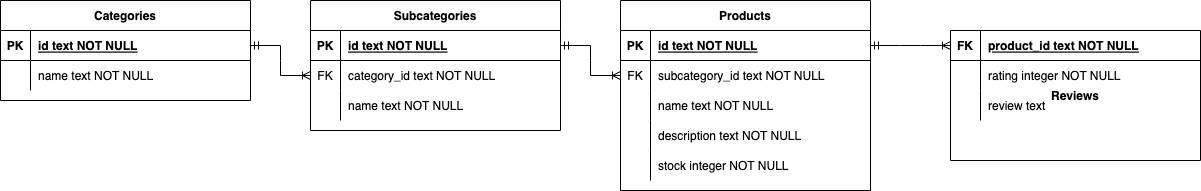
Earlier version of the draw.io export server/schema/database-diagram.png (onuralpbicer/store). Source tidied: cells renumbered, new cells last; positions are measured from the earlier drawing's top-left corner, leaving out a move shared by most shapes. Its diagram source:
```xml
<mxGraphModel>
  <root>
    <mxCell id="0" />
    <mxCell id="1" parent="0" />
    <mxCell id="2" value="Categories" style="shape=table;startSize=30;rowLines=0;fontStyle=1;align=center;" parent="1" vertex="1">
      <mxGeometry width="250" height="100" as="geometry" />
    </mxCell>
    <mxCell id="3" style="shape=partialRectangle;fillColor=none;points=[[0,0.5],[1,0.5]];portConstraint=eastwest;top=0;left=0;right=0;bottom=1;" parent="2" vertex="1">
      <mxGeometry y="30" width="250" height="30" as="geometry" />
    </mxCell>
    <mxCell id="4" value="PK" style="shape=partialRectangle;overflow=hidden;fillColor=none;top=0;left=0;bottom=0;right=0;fontStyle=1;" parent="3" vertex="1">
      <mxGeometry width="30" height="30" as="geometry" />
    </mxCell>
    <mxCell id="5" value="id text NOT NULL" style="shape=partialRectangle;overflow=hidden;fillColor=none;top=0;left=0;bottom=0;right=0;align=left;spacingLeft=6;fontStyle=5;" parent="3" vertex="1">
      <mxGeometry x="30" width="220" height="30" as="geometry" />
    </mxCell>
    <mxCell id="6" style="shape=partialRectangle;fillColor=none;top=0;left=0;right=0;bottom=0;" parent="2" vertex="1">
      <mxGeometry y="60" width="250" height="30" as="geometry" />
    </mxCell>
    <mxCell id="7" style="shape=partialRectangle;overflow=hidden;fillColor=none;top=0;left=0;bottom=0;right=0;" parent="6" vertex="1">
      <mxGeometry width="30" height="30" as="geometry" />
    </mxCell>
    <mxCell id="8" value="name text NOT NULL" style="shape=partialRectangle;overflow=hidden;fillColor=none;top=0;left=0;bottom=0;right=0;align=left;spacingLeft=6;" parent="6" vertex="1">
      <mxGeometry x="30" width="220" height="30" as="geometry" />
    </mxCell>
    <mxCell id="9" value="Subcategories" style="shape=table;startSize=30;rowLines=0;fontStyle=1;align=center;" parent="1" vertex="1">
      <mxGeometry x="310" width="250" height="130" as="geometry" />
    </mxCell>
    <mxCell id="10" style="shape=partialRectangle;fillColor=none;points=[[0,0.5],[1,0.5]];portConstraint=eastwest;top=0;left=0;right=0;bottom=1;" parent="9" vertex="1">
      <mxGeometry y="30" width="250" height="30" as="geometry" />
    </mxCell>
    <mxCell id="11" value="PK" style="shape=partialRectangle;overflow=hidden;fillColor=none;top=0;left=0;bottom=0;right=0;fontStyle=1;" parent="10" vertex="1">
      <mxGeometry width="30" height="30" as="geometry" />
    </mxCell>
    <mxCell id="12" value="id text NOT NULL" style="shape=partialRectangle;overflow=hidden;fillColor=none;top=0;left=0;bottom=0;right=0;align=left;spacingLeft=6;fontStyle=5;" parent="10" vertex="1">
      <mxGeometry x="30" width="220" height="30" as="geometry" />
    </mxCell>
    <mxCell id="13" style="shape=partialRectangle;fillColor=none;points=[[0,0.5],[1,0.5]];portConstraint=eastwest;top=0;left=0;right=0;bottom=0;" parent="9" vertex="1">
      <mxGeometry y="60" width="250" height="30" as="geometry" />
    </mxCell>
    <mxCell id="14" value="FK" style="shape=partialRectangle;overflow=hidden;fillColor=none;top=0;left=0;bottom=0;right=0;" parent="13" vertex="1">
      <mxGeometry width="30" height="30" as="geometry" />
    </mxCell>
    <mxCell id="15" value="category_id text NOT NULL" style="shape=partialRectangle;overflow=hidden;fillColor=none;top=0;left=0;bottom=0;right=0;align=left;spacingLeft=6;" parent="13" vertex="1">
      <mxGeometry x="30" width="220" height="30" as="geometry" />
    </mxCell>
    <mxCell id="16" style="shape=partialRectangle;fillColor=none;top=0;left=0;right=0;bottom=0;" parent="9" vertex="1">
      <mxGeometry y="90" width="250" height="30" as="geometry" />
    </mxCell>
    <mxCell id="17" style="shape=partialRectangle;overflow=hidden;fillColor=none;top=0;left=0;bottom=0;right=0;" parent="16" vertex="1">
      <mxGeometry width="30" height="30" as="geometry" />
    </mxCell>
    <mxCell id="18" value="name text NOT NULL" style="shape=partialRectangle;overflow=hidden;fillColor=none;top=0;left=0;bottom=0;right=0;align=left;spacingLeft=6;" parent="16" vertex="1">
      <mxGeometry x="30" width="220" height="30" as="geometry" />
    </mxCell>
    <mxCell id="19" style="edgeStyle=entityRelationEdgeStyle;fontSize=12;html=1;endArrow=ERoneToMany;startArrow=ERmandOne;rounded=0;entryX=0;entryY=0.5;entryDx=0;entryDy=0;exitX=1;exitY=0.5;exitDx=0;exitDy=0;" parent="1" edge="1" source="3" target="13">
      <mxGeometry relative="1" as="geometry" />
    </mxCell>
    <mxCell id="20" value="Products" style="shape=table;startSize=30;rowLines=0;fontStyle=1;align=center;" parent="1" vertex="1">
      <mxGeometry x="620" width="250" height="190" as="geometry" />
    </mxCell>
    <mxCell id="21" style="shape=partialRectangle;fillColor=none;points=[[0,0.5],[1,0.5]];portConstraint=eastwest;top=0;left=0;right=0;bottom=1;" parent="20" vertex="1">
      <mxGeometry y="30" width="250" height="30" as="geometry" />
    </mxCell>
    <mxCell id="22" value="PK" style="shape=partialRectangle;overflow=hidden;fillColor=none;top=0;left=0;bottom=0;right=0;fontStyle=1;" parent="21" vertex="1">
      <mxGeometry width="30" height="30" as="geometry" />
    </mxCell>
    <mxCell id="23" value="id text NOT NULL" style="shape=partialRectangle;overflow=hidden;fillColor=none;top=0;left=0;bottom=0;right=0;align=left;spacingLeft=6;fontStyle=5;" parent="21" vertex="1">
      <mxGeometry x="30" width="220" height="30" as="geometry" />
    </mxCell>
    <mxCell id="24" style="shape=partialRectangle;fillColor=none;points=[[0,0.5],[1,0.5]];portConstraint=eastwest;top=0;left=0;right=0;bottom=0;" parent="20" vertex="1">
      <mxGeometry y="60" width="250" height="30" as="geometry" />
    </mxCell>
    <mxCell id="25" value="FK" style="shape=partialRectangle;overflow=hidden;fillColor=none;top=0;left=0;bottom=0;right=0;" parent="24" vertex="1">
      <mxGeometry width="30" height="30" as="geometry" />
    </mxCell>
    <mxCell id="26" value="subcategory_id text NOT NULL" style="shape=partialRectangle;overflow=hidden;fillColor=none;top=0;left=0;bottom=0;right=0;align=left;spacingLeft=6;" parent="24" vertex="1">
      <mxGeometry x="30" width="220" height="30" as="geometry" />
    </mxCell>
    <mxCell id="27" style="shape=partialRectangle;fillColor=none;top=0;left=0;right=0;bottom=0;" parent="20" vertex="1">
      <mxGeometry y="90" width="250" height="30" as="geometry" />
    </mxCell>
    <mxCell id="28" style="shape=partialRectangle;overflow=hidden;fillColor=none;top=0;left=0;bottom=0;right=0;" parent="27" vertex="1">
      <mxGeometry width="30" height="30" as="geometry" />
    </mxCell>
    <mxCell id="29" value="name text NOT NULL" style="shape=partialRectangle;overflow=hidden;fillColor=none;top=0;left=0;bottom=0;right=0;align=left;spacingLeft=6;" parent="27" vertex="1">
      <mxGeometry x="30" width="220" height="30" as="geometry" />
    </mxCell>
    <mxCell id="30" style="shape=partialRectangle;fillColor=none;top=0;left=0;right=0;bottom=0;" parent="20" vertex="1">
      <mxGeometry y="120" width="250" height="30" as="geometry" />
    </mxCell>
    <mxCell id="31" style="shape=partialRectangle;overflow=hidden;fillColor=none;top=0;left=0;bottom=0;right=0;" parent="30" vertex="1">
      <mxGeometry width="30" height="30" as="geometry" />
    </mxCell>
    <mxCell id="32" value="description text NOT NULL" style="shape=partialRectangle;overflow=hidden;fillColor=none;top=0;left=0;bottom=0;right=0;align=left;spacingLeft=6;" parent="30" vertex="1">
      <mxGeometry x="30" width="220" height="30" as="geometry" />
    </mxCell>
    <mxCell id="33" style="shape=partialRectangle;fillColor=none;top=0;left=0;right=0;bottom=0;" parent="20" vertex="1">
      <mxGeometry y="150" width="250" height="30" as="geometry" />
    </mxCell>
    <mxCell id="34" style="shape=partialRectangle;overflow=hidden;fillColor=none;top=0;left=0;bottom=0;right=0;" parent="33" vertex="1">
      <mxGeometry width="30" height="30" as="geometry" />
    </mxCell>
    <mxCell id="35" value="stock integer NOT NULL" style="shape=partialRectangle;overflow=hidden;fillColor=none;top=0;left=0;bottom=0;right=0;align=left;spacingLeft=6;" parent="33" vertex="1">
      <mxGeometry x="30" width="220" height="30" as="geometry" />
    </mxCell>
    <mxCell id="36" style="edgeStyle=entityRelationEdgeStyle;fontSize=12;html=1;endArrow=ERoneToMany;startArrow=ERmandOne;rounded=0;entryX=0;entryY=0.5;entryDx=0;entryDy=0;exitX=1;exitY=0.5;exitDx=0;exitDy=0;" parent="1" edge="1" source="10" target="24">
      <mxGeometry relative="1" as="geometry" />
    </mxCell>
    <mxCell id="37" value="Reviews" style="shape=table;startSize=0;rowLines=0;fontStyle=1;align=center;" parent="1" vertex="1">
      <mxGeometry x="950" y="30" width="250" height="130" as="geometry" />
    </mxCell>
    <mxCell id="38" style="shape=partialRectangle;fillColor=none;points=[[0,0.5],[1,0.5]];portConstraint=eastwest;top=0;left=0;right=0;bottom=1;" parent="37" vertex="1">
      <mxGeometry width="250" height="30" as="geometry" />
    </mxCell>
    <mxCell id="39" value="FK" style="shape=partialRectangle;overflow=hidden;fillColor=none;top=0;left=0;bottom=0;right=0;fontStyle=1;" parent="38" vertex="1">
      <mxGeometry width="30" height="30" as="geometry" />
    </mxCell>
    <mxCell id="40" value="product_id text NOT NULL" style="shape=partialRectangle;overflow=hidden;fillColor=none;top=0;left=0;bottom=0;right=0;align=left;spacingLeft=6;fontStyle=5;" parent="38" vertex="1">
      <mxGeometry x="30" width="220" height="30" as="geometry" />
    </mxCell>
    <mxCell id="41" style="shape=partialRectangle;fillColor=none;top=0;left=0;right=0;bottom=0;" parent="37" vertex="1">
      <mxGeometry y="30" width="250" height="30" as="geometry" />
    </mxCell>
    <mxCell id="42" style="shape=partialRectangle;overflow=hidden;fillColor=none;top=0;left=0;bottom=0;right=0;" parent="41" vertex="1">
      <mxGeometry width="30" height="30" as="geometry" />
    </mxCell>
    <mxCell id="43" value="rating integer NOT NULL" style="shape=partialRectangle;overflow=hidden;fillColor=none;top=0;left=0;bottom=0;right=0;align=left;spacingLeft=6;" parent="41" vertex="1">
      <mxGeometry x="30" width="220" height="30" as="geometry" />
    </mxCell>
    <mxCell id="44" style="shape=partialRectangle;fillColor=none;top=0;left=0;right=0;bottom=0;" parent="37" vertex="1">
      <mxGeometry y="60" width="250" height="30" as="geometry" />
    </mxCell>
    <mxCell id="45" style="shape=partialRectangle;overflow=hidden;fillColor=none;top=0;left=0;bottom=0;right=0;" parent="44" vertex="1">
      <mxGeometry width="30" height="30" as="geometry" />
    </mxCell>
    <mxCell id="46" value="review text" style="shape=partialRectangle;overflow=hidden;fillColor=none;top=0;left=0;bottom=0;right=0;align=left;spacingLeft=6;" parent="44" vertex="1">
      <mxGeometry x="30" width="220" height="30" as="geometry" />
    </mxCell>
    <mxCell id="47" style="edgeStyle=entityRelationEdgeStyle;fontSize=12;html=1;endArrow=ERoneToMany;startArrow=ERmandOne;rounded=0;entryX=0;entryY=0.5;entryDx=0;entryDy=0;exitX=1;exitY=0.5;exitDx=0;exitDy=0;" parent="1" edge="1" source="21" target="38">
      <mxGeometry relative="1" as="geometry" />
    </mxCell>
  </root>
</mxGraphModel>
```
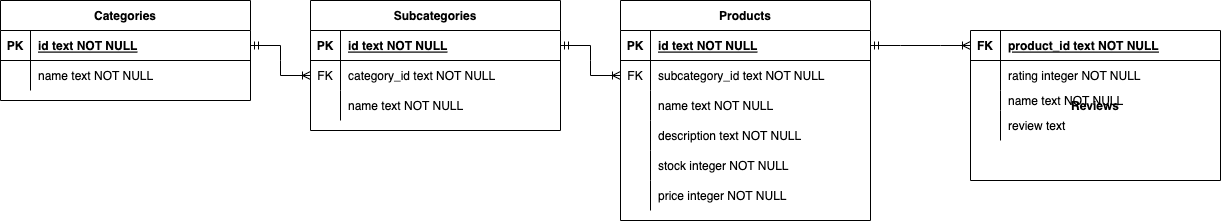
After the change.

Commit message:
Added price and reviewer name to DB

The edit, as a diff of the source:
```diff
@@ -57,7 +57,7 @@
       <mxGeometry relative="1" as="geometry" />
     </mxCell>
     <mxCell id="20" value="Products" style="shape=table;startSize=30;rowLines=0;fontStyle=1;align=center;" parent="1" vertex="1">
-      <mxGeometry x="620" width="250" height="190" as="geometry" />
+      <mxGeometry x="620" width="250" height="220" as="geometry" />
     </mxCell>
     <mxCell id="21" style="shape=partialRectangle;fillColor=none;points=[[0,0.5],[1,0.5]];portConstraint=eastwest;top=0;left=0;right=0;bottom=1;" parent="20" vertex="1">
       <mxGeometry y="30" width="250" height="30" as="geometry" />
@@ -104,11 +104,20 @@
     <mxCell id="35" value="stock integer NOT NULL" style="shape=partialRectangle;overflow=hidden;fillColor=none;top=0;left=0;bottom=0;right=0;align=left;spacingLeft=6;" parent="33" vertex="1">
       <mxGeometry x="30" width="220" height="30" as="geometry" />
     </mxCell>
+    <mxCell id="48" style="shape=partialRectangle;fillColor=none;top=0;left=0;right=0;bottom=0;" parent="20" vertex="1">
+      <mxGeometry y="180" width="250" height="30" as="geometry" />
+    </mxCell>
+    <mxCell id="49" style="shape=partialRectangle;overflow=hidden;fillColor=none;top=0;left=0;bottom=0;right=0;" parent="48" vertex="1">
+      <mxGeometry width="30" height="30" as="geometry" />
+    </mxCell>
+    <mxCell id="50" value="price integer NOT NULL" style="shape=partialRectangle;overflow=hidden;fillColor=none;top=0;left=0;bottom=0;right=0;align=left;spacingLeft=6;" parent="48" vertex="1">
+      <mxGeometry x="30" width="220" height="30" as="geometry" />
+    </mxCell>
     <mxCell id="36" style="edgeStyle=entityRelationEdgeStyle;fontSize=12;html=1;endArrow=ERoneToMany;startArrow=ERmandOne;rounded=0;entryX=0;entryY=0.5;entryDx=0;entryDy=0;exitX=1;exitY=0.5;exitDx=0;exitDy=0;" parent="1" edge="1" source="10" target="24">
       <mxGeometry relative="1" as="geometry" />
     </mxCell>
     <mxCell id="37" value="Reviews" style="shape=table;startSize=0;rowLines=0;fontStyle=1;align=center;" parent="1" vertex="1">
-      <mxGeometry x="950" y="30" width="250" height="130" as="geometry" />
+      <mxGeometry x="970" y="30" width="250" height="150" as="geometry" />
     </mxCell>
     <mxCell id="38" style="shape=partialRectangle;fillColor=none;points=[[0,0.5],[1,0.5]];portConstraint=eastwest;top=0;left=0;right=0;bottom=1;" parent="37" vertex="1">
       <mxGeometry width="250" height="30" as="geometry" />
@@ -128,8 +137,17 @@
     <mxCell id="43" value="rating integer NOT NULL" style="shape=partialRectangle;overflow=hidden;fillColor=none;top=0;left=0;bottom=0;right=0;align=left;spacingLeft=6;" parent="41" vertex="1">
       <mxGeometry x="30" width="220" height="30" as="geometry" />
     </mxCell>
+    <mxCell id="51" style="shape=partialRectangle;fillColor=none;top=0;left=0;right=0;bottom=0;" parent="37" vertex="1">
+      <mxGeometry y="60" width="250" height="20" as="geometry" />
+    </mxCell>
+    <mxCell id="52" style="shape=partialRectangle;overflow=hidden;fillColor=none;top=0;left=0;bottom=0;right=0;" parent="51" vertex="1">
+      <mxGeometry width="30" height="20" as="geometry" />
+    </mxCell>
+    <mxCell id="53" value="name text NOT NULL" style="shape=partialRectangle;overflow=hidden;fillColor=none;top=0;left=0;bottom=0;right=0;align=left;spacingLeft=6;" parent="51" vertex="1">
+      <mxGeometry x="30" width="220" height="20" as="geometry" />
+    </mxCell>
     <mxCell id="44" style="shape=partialRectangle;fillColor=none;top=0;left=0;right=0;bottom=0;" parent="37" vertex="1">
-      <mxGeometry y="60" width="250" height="30" as="geometry" />
+      <mxGeometry y="80" width="250" height="30" as="geometry" />
     </mxCell>
     <mxCell id="45" style="shape=partialRectangle;overflow=hidden;fillColor=none;top=0;left=0;bottom=0;right=0;" parent="44" vertex="1">
       <mxGeometry width="30" height="30" as="geometry" />
```
